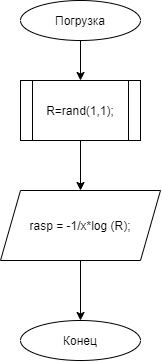
monsegard/praktik keeps this draw.io diagram as Untitled Diagram.png. Above is the earlier version. Source tidied: cells renumbered, new cells last; positions are measured from the earlier drawing's top-left corner, leaving out a move shared by most shapes.
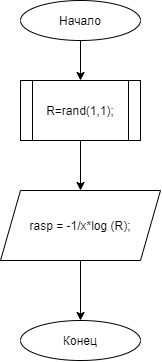
Above is the later version.

What changed in the source:
```diff
@@ -17,7 +17,7 @@
     <mxCell id="6" value="rasp = -1/x*log (R);" style="shape=parallelogram;perimeter=parallelogramPerimeter;whiteSpace=wrap;html=1;fixedSize=1;" parent="1" vertex="1">
       <mxGeometry y="190" width="160" height="70" as="geometry" />
     </mxCell>
-    <mxCell id="7" value="Погрузка" style="ellipse;whiteSpace=wrap;html=1;fillColor=#ffffff;" parent="1" vertex="1">
+    <mxCell id="7" value="Начало" style="ellipse;whiteSpace=wrap;html=1;fillColor=#ffffff;" parent="1" vertex="1">
       <mxGeometry x="20" width="120" height="40" as="geometry" />
     </mxCell>
     <mxCell id="8" value="Конец" style="ellipse;whiteSpace=wrap;html=1;fillColor=#ffffff;" parent="1" vertex="1">
```
